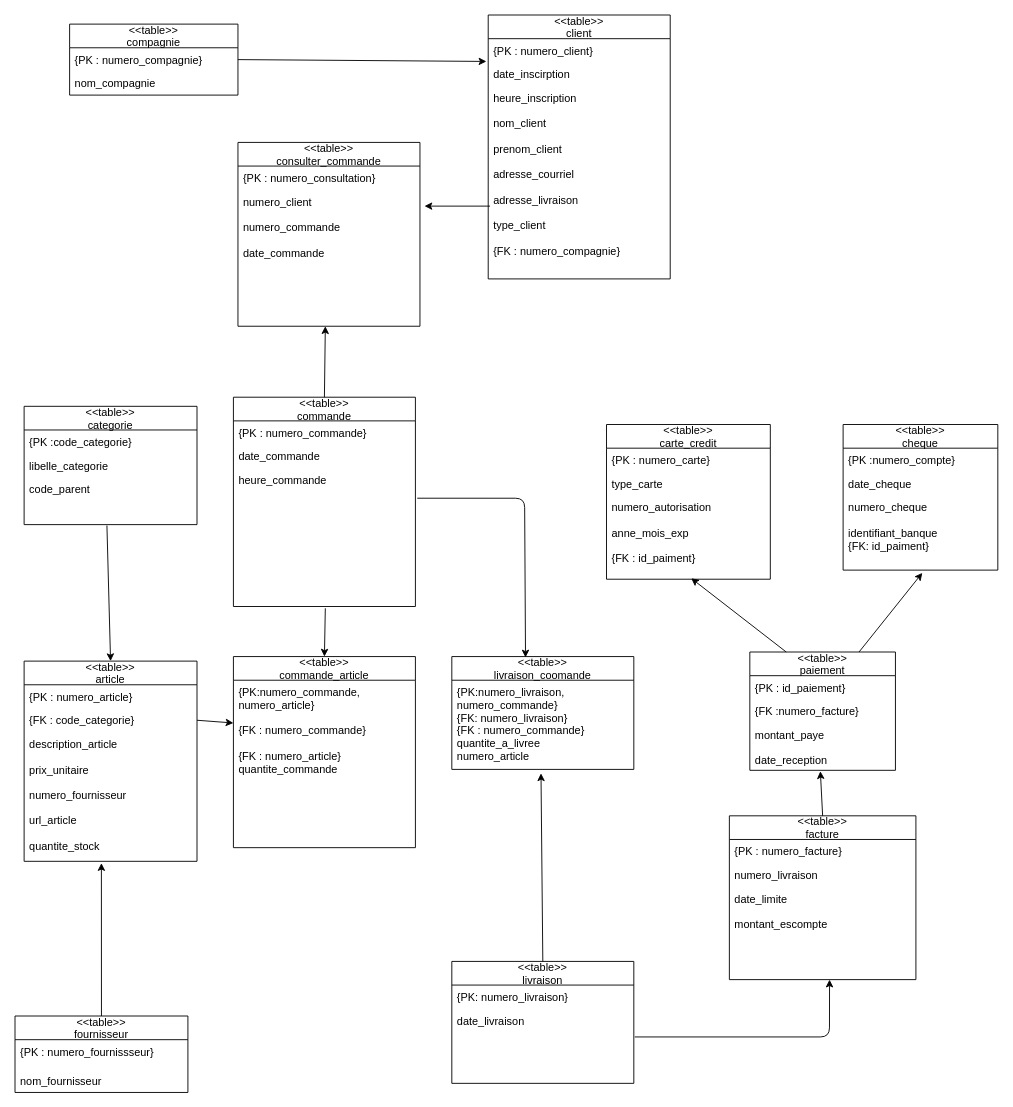
Earlier version of the draw.io diagram Untitled Diagram.drawio (bengattathadjali/MET1110). Source tidied: cells renumbered, new cells numbered last; positions are measured from the earlier drawing's top-left corner, leaving out a move shared by most shapes. Both pictures are drawn from the tidied source at 91%, with x=0, y=0 at pixel (15, 15).
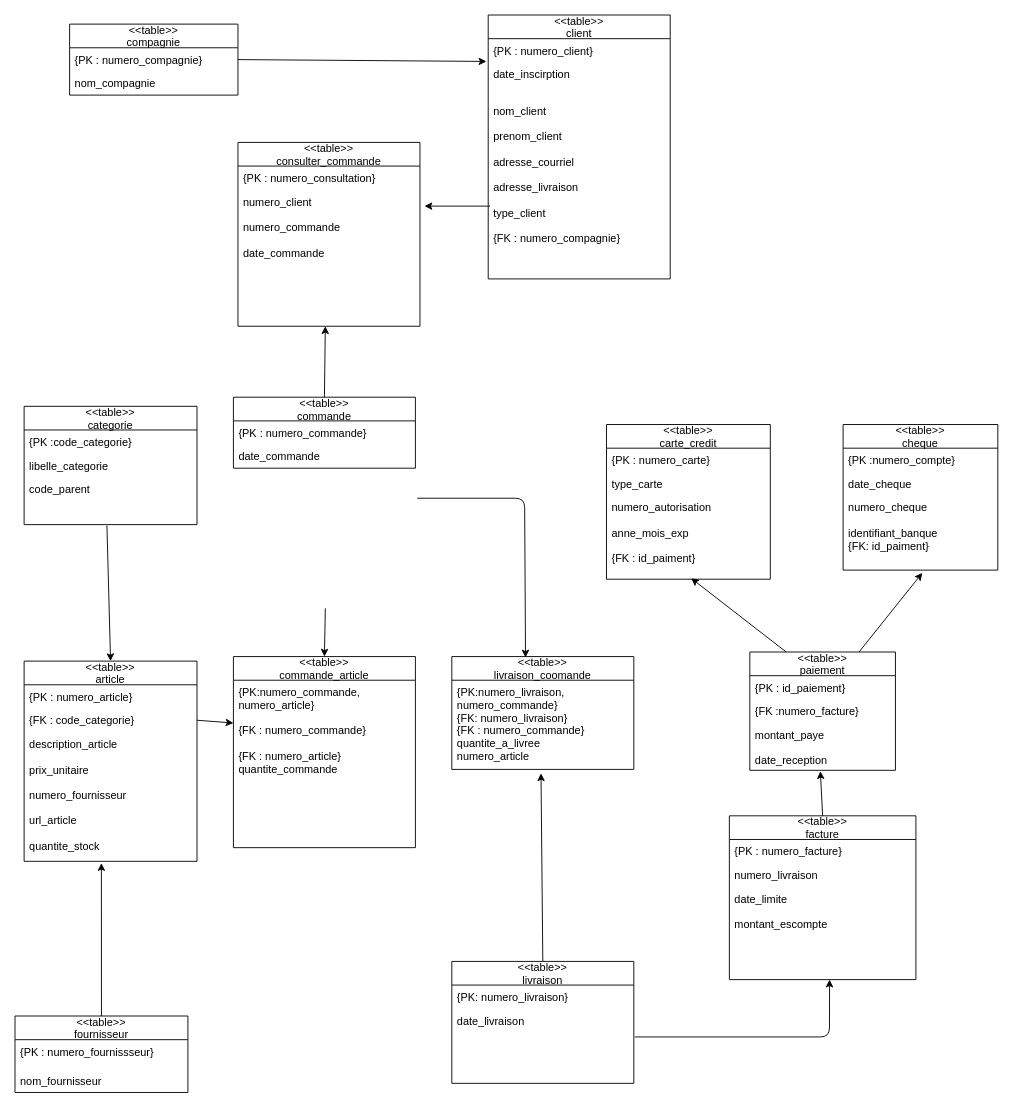
The same diagram, later.

The change refers to these unchanged cells:
```xml
<mxCell id="20" value="&lt;&lt;table&gt;&gt;&#10;client" style="swimlane;fontStyle=0;horizontal=1;startSize=26;fillColor=none;" parent="1" vertex="1">
  <mxGeometry x="520" width="200" height="290" as="geometry" />
</mxCell>
<mxCell id="46" value="&lt;&lt;table&gt;&gt;&#10;livraison_coomande" style="swimlane;fontStyle=0;horizontal=1;startSize=26;fillColor=none;" parent="1" vertex="1">
  <mxGeometry x="480" y="705" width="200" height="124" as="geometry" />
</mxCell>
<mxCell id="48" value="&lt;&lt;table&gt;&gt;&#10;commande_article" style="swimlane;fontStyle=0;horizontal=1;startSize=26;fillColor=none;" parent="1" vertex="1">
  <mxGeometry x="240" y="705" width="200" height="210" as="geometry" />
</mxCell>
```

The edit, as a diff of the source:
```diff
@@
     <mxCell id="16" value="&lt;&lt;table&gt;&gt;&#10;commande" style="swimlane;fontStyle=0;horizontal=1;startSize=26;fillColor=none;" parent="1" vertex="1">
-      <mxGeometry x="240" y="420" width="200" height="230" as="geometry" />
+      <mxGeometry x="240" y="420" width="200" height="78" as="geometry" />
     </mxCell>
@@
-    <mxCell id="19" value="heure_commande&#10;&#10;&#10;&#10;" style="text;strokeColor=none;fillColor=none;align=left;verticalAlign=top;spacingLeft=4;spacingRight=4;overflow=hidden;points=[[0,0.5],[1,0.5]];portConstraint=eastwest;" parent="16" vertex="1">
-      <mxGeometry y="78" width="200" height="152" as="geometry" />
-    </mxCell>
@@
-    <mxCell id="23" value="heure_inscription&#10;&#10;nom_client&#10;&#10;prenom_client&#10;&#10;adresse_courriel&#10;&#10;adresse_livraison&#10;&#10;type_client&#10;&#10;{FK : numero_compagnie}" style="text;strokeColor=none;fillColor=none;align=left;verticalAlign=top;spacingLeft=4;spacingRight=4;overflow=hidden;" parent="20" vertex="1">
+    <mxCell id="23" value="&#10;nom_client&#10;&#10;prenom_client&#10;&#10;adresse_courriel&#10;&#10;adresse_livraison&#10;&#10;type_client&#10;&#10;{FK : numero_compagnie}" style="text;strokeColor=none;fillColor=none;align=left;verticalAlign=top;spacingLeft=4;spacingRight=4;overflow=hidden;" parent="20" vertex="1">
       <mxGeometry y="78" width="200" height="212" as="geometry" />
     </mxCell>
@@
-    <mxCell id="56" style="endArrow=classic;html=1;exitX=0.505;exitY=1.013;exitDx=0;exitDy=0;exitPerimeter=0;entryX=0.5;entryY=0;entryDx=0;entryDy=0;" parent="1" edge="1" source="19" target="48">
-      <mxGeometry relative="1" as="geometry" />
+    <mxCell id="56" style="endArrow=classic;html=1;exitX=0.505;exitY=1.013;exitDx=0;exitDy=0;exitPerimeter=0;entryX=0.5;entryY=0;entryDx=0;entryDy=0;" parent="1" edge="1" target="48">
+      <mxGeometry relative="1" as="geometry">
+        <mxPoint x="341" y="652" as="sourcePoint" />
+      </mxGeometry>
     </mxCell>
-    <mxCell id="57" style="endArrow=classic;html=1;exitX=1.01;exitY=0.217;exitDx=0;exitDy=0;exitPerimeter=0;entryX=0.405;entryY=0.008;entryDx=0;entryDy=0;entryPerimeter=0;" parent="1" edge="1" source="19" target="46">
+    <mxCell id="57" style="endArrow=classic;html=1;exitX=1.01;exitY=0.217;exitDx=0;exitDy=0;exitPerimeter=0;entryX=0.405;entryY=0.008;entryDx=0;entryDy=0;entryPerimeter=0;" parent="1" edge="1" target="46">
       <mxGeometry relative="1" as="geometry">
+        <mxPoint x="442" y="531" as="sourcePoint" />
         <Array as="points">
           <mxPoint x="560" y="531" />
         </Array>
       </mxGeometry>
     </mxCell>
```
